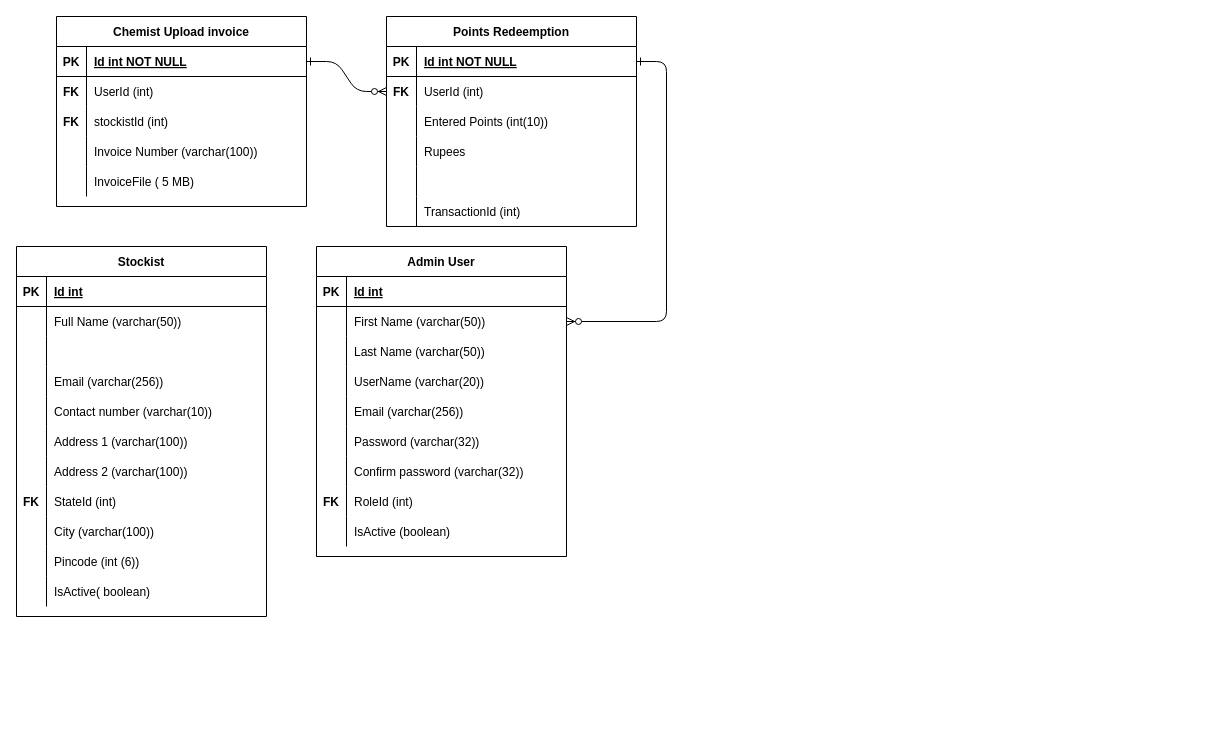
This is ProfitorERD.drawio from NirikshaSoni/TestProject, a draw.io file, before an edit. Source tidied: cells renumbered, new cells numbered last; positions are measured from the earlier drawing's top-left corner, leaving out a move shared by most shapes. Both pictures are drawn from the tidied source at 100%, with x=0, y=0 at pixel (16, 16).
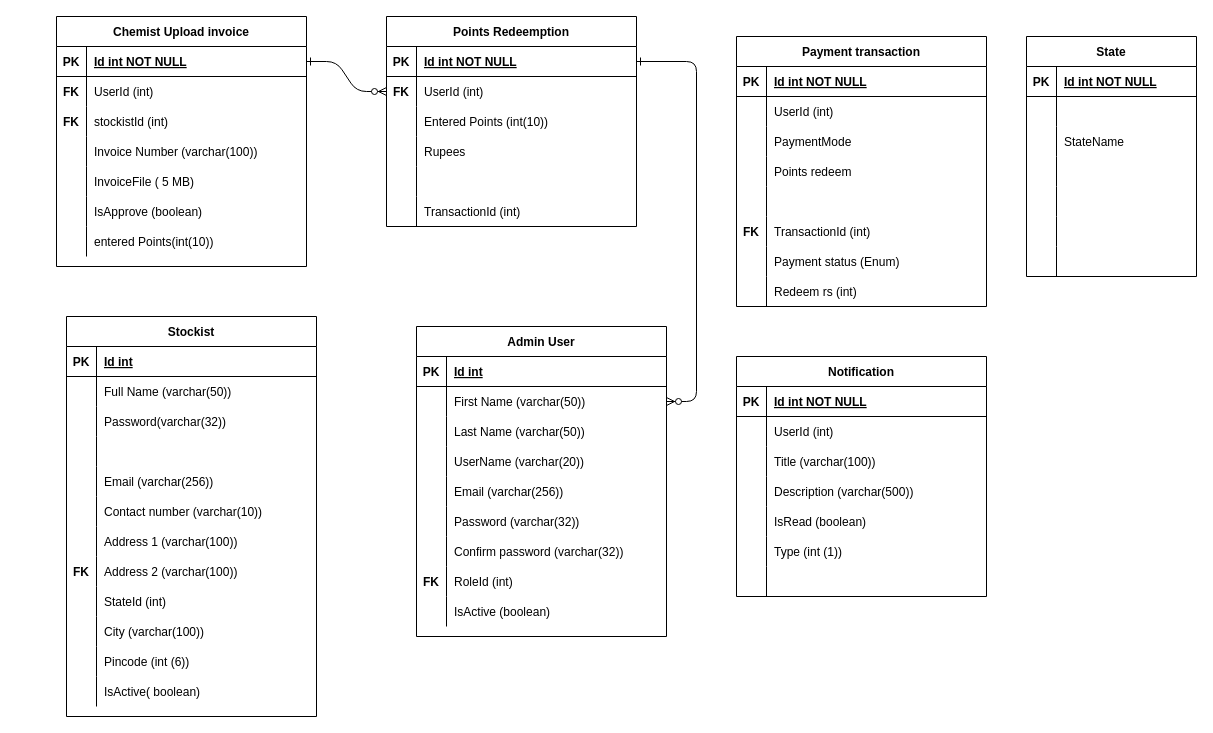
The same page after the edit.

The edit, as a diff of the source:
```diff
@@
     <mxCell id="23" value="Admin User" style="shape=table;startSize=30;childLayout=tableLayout;rowLines=0;fontStyle=1;align=center;" parent="1" vertex="1">
-      <mxGeometry x="300" y="230" width="250" height="310" as="geometry" />
+      <mxGeometry x="400" y="310" width="250" height="310" as="geometry" />
     </mxCell>
@@
     <mxCell id="51" value="Chemist Upload invoice" style="shape=table;startSize=30;childLayout=tableLayout;rowLines=0;fontStyle=1;align=center;" parent="1" vertex="1">
-      <mxGeometry x="40" width="250" height="190" as="geometry" />
+      <mxGeometry x="40" width="250" height="250" as="geometry" />
     </mxCell>
@@
+    <mxCell id="106" style="shape=partialRectangle;fillColor=none;top=0;left=0;right=0;bottom=0;" parent="51" vertex="1">
+      <mxGeometry y="180" width="250" height="30" as="geometry" />
+    </mxCell>
+    <mxCell id="107" style="shape=partialRectangle;overflow=hidden;fillColor=none;top=0;left=0;bottom=0;right=0;" parent="106" vertex="1">
+      <mxGeometry width="30" height="30" as="geometry" />
+    </mxCell>
+    <mxCell id="108" value="IsApprove (boolean)" style="shape=partialRectangle;overflow=hidden;fillColor=none;top=0;left=0;bottom=0;right=0;align=left;spacingLeft=6;" parent="106" vertex="1">
+      <mxGeometry x="30" width="220" height="30" as="geometry" />
+    </mxCell>
+    <mxCell id="109" style="shape=partialRectangle;fillColor=none;top=0;left=0;right=0;bottom=0;" parent="51" vertex="1">
+      <mxGeometry y="210" width="250" height="30" as="geometry" />
+    </mxCell>
+    <mxCell id="110" style="shape=partialRectangle;overflow=hidden;fillColor=none;top=0;left=0;bottom=0;right=0;" parent="109" vertex="1">
+      <mxGeometry width="30" height="30" as="geometry" />
+    </mxCell>
+    <mxCell id="111" value="entered Points(int(10))" style="shape=partialRectangle;overflow=hidden;fillColor=none;top=0;left=0;bottom=0;right=0;align=left;spacingLeft=6;" parent="109" vertex="1">
+      <mxGeometry x="30" width="220" height="30" as="geometry" />
+    </mxCell>
@@
     <mxCell id="70" value="FK" style="shape=partialRectangle;overflow=hidden;fillColor=none;top=0;left=0;bottom=0;right=0;fontStyle=1;" parent="1" vertex="1">
-      <mxGeometry x="300" y="470" width="30" height="30" as="geometry" />
+      <mxGeometry x="400" y="550" width="30" height="30" as="geometry" />
     </mxCell>
     <mxCell id="71" value="Stockist" style="shape=table;startSize=30;childLayout=tableLayout;rowLines=0;fontStyle=1;align=center;" parent="1" vertex="1">
-      <mxGeometry y="230" width="250" height="370" as="geometry" />
+      <mxGeometry x="50" y="300" width="250" height="400" as="geometry" />
     </mxCell>
@@
+    <mxCell id="112" style="shape=partialRectangle;fillColor=none;top=0;left=0;right=0;bottom=0;" parent="71" vertex="1">
+      <mxGeometry y="90" width="250" height="30" as="geometry" />
+    </mxCell>
+    <mxCell id="113" style="shape=partialRectangle;overflow=hidden;fillColor=none;top=0;left=0;bottom=0;right=0;" parent="112" vertex="1">
+      <mxGeometry width="30" height="30" as="geometry" />
+    </mxCell>
+    <mxCell id="114" value="Password(varchar(32))" style="shape=partialRectangle;overflow=hidden;fillColor=none;top=0;left=0;bottom=0;right=0;align=left;spacingLeft=6;" parent="112" vertex="1">
+      <mxGeometry x="30" width="220" height="30" as="geometry" />
+    </mxCell>
     <mxCell id="78" style="shape=partialRectangle;fillColor=none;top=0;left=0;right=0;bottom=0;" parent="71" vertex="1">
-      <mxGeometry y="90" width="250" height="30" as="geometry" />
+      <mxGeometry y="120" width="250" height="30" as="geometry" />
     </mxCell>
@@
     <mxCell id="81" style="shape=partialRectangle;fillColor=none;top=0;left=0;right=0;bottom=0;" parent="71" vertex="1">
-      <mxGeometry y="120" width="250" height="30" as="geometry" />
+      <mxGeometry y="150" width="250" height="30" as="geometry" />
     </mxCell>
@@
     <mxCell id="84" style="shape=partialRectangle;fillColor=none;top=0;left=0;right=0;bottom=0;" parent="71" vertex="1">
-      <mxGeometry y="150" width="250" height="30" as="geometry" />
+      <mxGeometry y="180" width="250" height="30" as="geometry" />
     </mxCell>
@@
     <mxCell id="87" style="shape=partialRectangle;fillColor=none;top=0;left=0;right=0;bottom=0;" parent="71" vertex="1">
-      <mxGeometry y="180" width="250" height="30" as="geometry" />
+      <mxGeometry y="210" width="250" height="30" as="geometry" />
     </mxCell>
@@
     <mxCell id="90" style="shape=partialRectangle;fillColor=none;top=0;left=0;right=0;bottom=0;" parent="71" vertex="1">
-      <mxGeometry y="210" width="250" height="30" as="geometry" />
+      <mxGeometry y="240" width="250" height="30" as="geometry" />
     </mxCell>
@@
     <mxCell id="93" style="shape=partialRectangle;fillColor=none;top=0;left=0;right=0;bottom=0;" parent="71" vertex="1">
-      <mxGeometry y="240" width="250" height="30" as="geometry" />
+      <mxGeometry y="270" width="250" height="30" as="geometry" />
     </mxCell>
@@
     <mxCell id="96" style="shape=partialRectangle;fillColor=none;top=0;left=0;right=0;bottom=0;" parent="71" vertex="1">
-      <mxGeometry y="270" width="250" height="30" as="geometry" />
+      <mxGeometry y="300" width="250" height="30" as="geometry" />
     </mxCell>
@@
     <mxCell id="99" style="shape=partialRectangle;fillColor=none;top=0;left=0;right=0;bottom=0;" parent="71" vertex="1">
-      <mxGeometry y="300" width="250" height="30" as="geometry" />
+      <mxGeometry y="330" width="250" height="30" as="geometry" />
     </mxCell>
@@
     <mxCell id="102" style="shape=partialRectangle;fillColor=none;top=0;left=0;right=0;bottom=0;" parent="71" vertex="1">
-      <mxGeometry y="330" width="250" height="30" as="geometry" />
+      <mxGeometry y="360" width="250" height="30" as="geometry" />
     </mxCell>
@@
     <mxCell id="105" value="FK" style="shape=partialRectangle;overflow=hidden;fillColor=none;top=0;left=0;bottom=0;right=0;fontStyle=1;" parent="1" vertex="1">
-      <mxGeometry y="470" width="30" height="30" as="geometry" />
+      <mxGeometry x="50" y="540" width="30" height="30" as="geometry" />
     </mxCell>
+    <mxCell id="115" value="Payment transaction" style="shape=table;startSize=30;childLayout=tableLayout;rowLines=0;fontStyle=1;align=center;" parent="1" vertex="1">
+      <mxGeometry x="720" y="20" width="250" height="270" as="geometry" />
+    </mxCell>
+    <mxCell id="116" style="shape=partialRectangle;fillColor=none;top=0;left=0;right=0;bottom=1;" parent="115" vertex="1">
+      <mxGeometry y="30" width="250" height="30" as="geometry" />
+    </mxCell>
+    <mxCell id="117" value="PK" style="shape=partialRectangle;overflow=hidden;fillColor=none;top=0;left=0;bottom=0;right=0;fontStyle=1;" parent="116" vertex="1">
+      <mxGeometry width="30" height="30" as="geometry" />
+    </mxCell>
+    <mxCell id="118" value="Id int NOT NULL " style="shape=partialRectangle;overflow=hidden;fillColor=none;top=0;left=0;bottom=0;right=0;align=left;spacingLeft=6;fontStyle=5;" parent="116" vertex="1">
+      <mxGeometry x="30" width="220" height="30" as="geometry" />
+    </mxCell>
+    <mxCell id="119" style="shape=partialRectangle;fillColor=none;top=0;left=0;right=0;bottom=0;" parent="115" vertex="1">
+      <mxGeometry y="60" width="250" height="30" as="geometry" />
+    </mxCell>
+    <mxCell id="120" style="shape=partialRectangle;overflow=hidden;fillColor=none;top=0;left=0;bottom=0;right=0;" parent="119" vertex="1">
+      <mxGeometry width="30" height="30" as="geometry" />
+    </mxCell>
+    <mxCell id="121" value="UserId (int)" style="shape=partialRectangle;overflow=hidden;fillColor=none;top=0;left=0;bottom=0;right=0;align=left;spacingLeft=6;" parent="119" vertex="1">
+      <mxGeometry x="30" width="220" height="30" as="geometry" />
+    </mxCell>
+    <mxCell id="122" style="shape=partialRectangle;fillColor=none;top=0;left=0;right=0;bottom=0;" parent="115" vertex="1">
+      <mxGeometry y="90" width="250" height="30" as="geometry" />
+    </mxCell>
+    <mxCell id="123" style="shape=partialRectangle;overflow=hidden;fillColor=none;top=0;left=0;bottom=0;right=0;" parent="122" vertex="1">
+      <mxGeometry width="30" height="30" as="geometry" />
+    </mxCell>
+    <mxCell id="124" value="PaymentMode " style="shape=partialRectangle;overflow=hidden;fillColor=none;top=0;left=0;bottom=0;right=0;align=left;spacingLeft=6;" parent="122" vertex="1">
+      <mxGeometry x="30" width="220" height="30" as="geometry" />
+    </mxCell>
+    <mxCell id="125" style="shape=partialRectangle;fillColor=none;top=0;left=0;right=0;bottom=0;" parent="115" vertex="1">
+      <mxGeometry y="120" width="250" height="30" as="geometry" />
+    </mxCell>
+    <mxCell id="126" style="shape=partialRectangle;overflow=hidden;fillColor=none;top=0;left=0;bottom=0;right=0;" parent="125" vertex="1">
+      <mxGeometry width="30" height="30" as="geometry" />
+    </mxCell>
+    <mxCell id="127" value="Points redeem" style="shape=partialRectangle;overflow=hidden;fillColor=none;top=0;left=0;bottom=0;right=0;align=left;spacingLeft=6;" parent="125" vertex="1">
+      <mxGeometry x="30" width="220" height="30" as="geometry" />
+    </mxCell>
+    <mxCell id="128" style="shape=partialRectangle;fillColor=none;top=0;left=0;right=0;bottom=0;" parent="115" vertex="1">
+      <mxGeometry y="150" width="250" height="30" as="geometry" />
+    </mxCell>
+    <mxCell id="129" style="shape=partialRectangle;overflow=hidden;fillColor=none;top=0;left=0;bottom=0;right=0;" parent="128" vertex="1">
+      <mxGeometry width="30" height="30" as="geometry" />
+    </mxCell>
+    <mxCell id="130" style="shape=partialRectangle;overflow=hidden;fillColor=none;top=0;left=0;bottom=0;right=0;align=left;spacingLeft=6;" parent="128" vertex="1">
+      <mxGeometry x="30" width="220" height="30" as="geometry" />
+    </mxCell>
+    <mxCell id="131" style="shape=partialRectangle;fillColor=none;top=0;left=0;right=0;bottom=0;" parent="115" vertex="1">
+      <mxGeometry y="180" width="250" height="30" as="geometry" />
+    </mxCell>
+    <mxCell id="132" style="shape=partialRectangle;overflow=hidden;fillColor=none;top=0;left=0;bottom=0;right=0;" parent="131" vertex="1">
+      <mxGeometry width="30" height="30" as="geometry" />
+    </mxCell>
+    <mxCell id="133" value="TransactionId (int)" style="shape=partialRectangle;overflow=hidden;fillColor=none;top=0;left=0;bottom=0;right=0;align=left;spacingLeft=6;" parent="131" vertex="1">
+      <mxGeometry x="30" width="220" height="30" as="geometry" />
+    </mxCell>
+    <mxCell id="134" style="shape=partialRectangle;fillColor=none;top=0;left=0;right=0;bottom=0;" parent="115" vertex="1">
+      <mxGeometry y="210" width="250" height="30" as="geometry" />
+    </mxCell>
+    <mxCell id="135" style="shape=partialRectangle;overflow=hidden;fillColor=none;top=0;left=0;bottom=0;right=0;" parent="134" vertex="1">
+      <mxGeometry width="30" height="30" as="geometry" />
+    </mxCell>
+    <mxCell id="136" value="Payment status (Enum)" style="shape=partialRectangle;overflow=hidden;fillColor=none;top=0;left=0;bottom=0;right=0;align=left;spacingLeft=6;" parent="134" vertex="1">
+      <mxGeometry x="30" width="220" height="30" as="geometry" />
+    </mxCell>
+    <mxCell id="137" style="shape=partialRectangle;fillColor=none;top=0;left=0;right=0;bottom=0;" parent="115" vertex="1">
+      <mxGeometry y="240" width="250" height="30" as="geometry" />
+    </mxCell>
+    <mxCell id="138" style="shape=partialRectangle;overflow=hidden;fillColor=none;top=0;left=0;bottom=0;right=0;" parent="137" vertex="1">
+      <mxGeometry width="30" height="30" as="geometry" />
+    </mxCell>
+    <mxCell id="139" value="Redeem rs (int)" style="shape=partialRectangle;overflow=hidden;fillColor=none;top=0;left=0;bottom=0;right=0;align=left;spacingLeft=6;" parent="137" vertex="1">
+      <mxGeometry x="30" width="220" height="30" as="geometry" />
+    </mxCell>
+    <mxCell id="140" value="FK" style="shape=partialRectangle;overflow=hidden;fillColor=none;top=0;left=0;bottom=0;right=0;fontStyle=1;" parent="1" vertex="1">
+      <mxGeometry x="720" y="200" width="30" height="30" as="geometry" />
+    </mxCell>
+    <mxCell id="141" value="Notification" style="shape=table;startSize=30;childLayout=tableLayout;rowLines=0;fontStyle=1;align=center;" parent="1" vertex="1">
+      <mxGeometry x="720" y="340" width="250" height="240" as="geometry" />
+    </mxCell>
+    <mxCell id="142" style="shape=partialRectangle;fillColor=none;top=0;left=0;right=0;bottom=1;" parent="141" vertex="1">
+      <mxGeometry y="30" width="250" height="30" as="geometry" />
+    </mxCell>
+    <mxCell id="143" value="PK" style="shape=partialRectangle;overflow=hidden;fillColor=none;top=0;left=0;bottom=0;right=0;fontStyle=1;" parent="142" vertex="1">
+      <mxGeometry width="30" height="30" as="geometry" />
+    </mxCell>
+    <mxCell id="144" value="Id int NOT NULL " style="shape=partialRectangle;overflow=hidden;fillColor=none;top=0;left=0;bottom=0;right=0;align=left;spacingLeft=6;fontStyle=5;" parent="142" vertex="1">
+      <mxGeometry x="30" width="220" height="30" as="geometry" />
+    </mxCell>
+    <mxCell id="145" style="shape=partialRectangle;fillColor=none;top=0;left=0;right=0;bottom=0;" parent="141" vertex="1">
+      <mxGeometry y="60" width="250" height="30" as="geometry" />
+    </mxCell>
+    <mxCell id="146" style="shape=partialRectangle;overflow=hidden;fillColor=none;top=0;left=0;bottom=0;right=0;" parent="145" vertex="1">
+      <mxGeometry width="30" height="30" as="geometry" />
+    </mxCell>
+    <mxCell id="147" value="UserId (int)" style="shape=partialRectangle;overflow=hidden;fillColor=none;top=0;left=0;bottom=0;right=0;align=left;spacingLeft=6;" parent="145" vertex="1">
+      <mxGeometry x="30" width="220" height="30" as="geometry" />
+    </mxCell>
+    <mxCell id="148" style="shape=partialRectangle;fillColor=none;top=0;left=0;right=0;bottom=0;" parent="141" vertex="1">
+      <mxGeometry y="90" width="250" height="30" as="geometry" />
+    </mxCell>
+    <mxCell id="149" style="shape=partialRectangle;overflow=hidden;fillColor=none;top=0;left=0;bottom=0;right=0;" parent="148" vertex="1">
+      <mxGeometry width="30" height="30" as="geometry" />
+    </mxCell>
+    <mxCell id="150" value="Title (varchar(100))" style="shape=partialRectangle;overflow=hidden;fillColor=none;top=0;left=0;bottom=0;right=0;align=left;spacingLeft=6;" parent="148" vertex="1">
+      <mxGeometry x="30" width="220" height="30" as="geometry" />
+    </mxCell>
+    <mxCell id="151" style="shape=partialRectangle;fillColor=none;top=0;left=0;right=0;bottom=0;" parent="141" vertex="1">
+      <mxGeometry y="120" width="250" height="30" as="geometry" />
+    </mxCell>
+    <mxCell id="152" style="shape=partialRectangle;overflow=hidden;fillColor=none;top=0;left=0;bottom=0;right=0;" parent="151" vertex="1">
+      <mxGeometry width="30" height="30" as="geometry" />
+    </mxCell>
+    <mxCell id="153" value="Description (varchar(500))" style="shape=partialRectangle;overflow=hidden;fillColor=none;top=0;left=0;bottom=0;right=0;align=left;spacingLeft=6;" parent="151" vertex="1">
+      <mxGeometry x="30" width="220" height="30" as="geometry" />
+    </mxCell>
+    <mxCell id="154" style="shape=partialRectangle;fillColor=none;top=0;left=0;right=0;bottom=0;" parent="141" vertex="1">
+      <mxGeometry y="150" width="250" height="30" as="geometry" />
+    </mxCell>
+    <mxCell id="155" style="shape=partialRectangle;overflow=hidden;fillColor=none;top=0;left=0;bottom=0;right=0;" parent="154" vertex="1">
+      <mxGeometry width="30" height="30" as="geometry" />
+    </mxCell>
+    <mxCell id="156" value="IsRead (boolean)" style="shape=partialRectangle;overflow=hidden;fillColor=none;top=0;left=0;bottom=0;right=0;align=left;spacingLeft=6;" parent="154" vertex="1">
+      <mxGeometry x="30" width="220" height="30" as="geometry" />
+    </mxCell>
+    <mxCell id="157" style="shape=partialRectangle;fillColor=none;top=0;left=0;right=0;bottom=0;" parent="141" vertex="1">
+      <mxGeometry y="180" width="250" height="30" as="geometry" />
+    </mxCell>
+    <mxCell id="158" style="shape=partialRectangle;overflow=hidden;fillColor=none;top=0;left=0;bottom=0;right=0;" parent="157" vertex="1">
+      <mxGeometry width="30" height="30" as="geometry" />
+    </mxCell>
+    <mxCell id="159" value="Type (int (1))" style="shape=partialRectangle;overflow=hidden;fillColor=none;top=0;left=0;bottom=0;right=0;align=left;spacingLeft=6;" parent="157" vertex="1">
+      <mxGeometry x="30" width="220" height="30" as="geometry" />
+    </mxCell>
+    <mxCell id="160" style="shape=partialRectangle;fillColor=none;top=0;left=0;right=0;bottom=0;" parent="141" vertex="1">
+      <mxGeometry y="210" width="250" height="30" as="geometry" />
+    </mxCell>
+    <mxCell id="161" style="shape=partialRectangle;overflow=hidden;fillColor=none;top=0;left=0;bottom=0;right=0;" parent="160" vertex="1">
+      <mxGeometry width="30" height="30" as="geometry" />
+    </mxCell>
+    <mxCell id="162" style="shape=partialRectangle;overflow=hidden;fillColor=none;top=0;left=0;bottom=0;right=0;align=left;spacingLeft=6;" parent="160" vertex="1">
+      <mxGeometry x="30" width="220" height="30" as="geometry" />
+    </mxCell>
+    <mxCell id="163" value="State" style="shape=table;startSize=30;childLayout=tableLayout;rowLines=0;fontStyle=1;align=center;" parent="1" vertex="1">
+      <mxGeometry x="1010" y="20" width="170" height="240" as="geometry" />
+    </mxCell>
+    <mxCell id="164" style="shape=partialRectangle;fillColor=none;top=0;left=0;right=0;bottom=1;" parent="163" vertex="1">
+      <mxGeometry y="30" width="170" height="30" as="geometry" />
+    </mxCell>
+    <mxCell id="165" value="PK" style="shape=partialRectangle;overflow=hidden;fillColor=none;top=0;left=0;bottom=0;right=0;fontStyle=1;" parent="164" vertex="1">
+      <mxGeometry width="30" height="30" as="geometry" />
+    </mxCell>
+    <mxCell id="166" value="Id int NOT NULL " style="shape=partialRectangle;overflow=hidden;fillColor=none;top=0;left=0;bottom=0;right=0;align=left;spacingLeft=6;fontStyle=5;" parent="164" vertex="1">
+      <mxGeometry x="30" width="140" height="30" as="geometry" />
+    </mxCell>
+    <mxCell id="167" style="shape=partialRectangle;fillColor=none;top=0;left=0;right=0;bottom=0;" parent="163" vertex="1">
+      <mxGeometry y="60" width="170" height="30" as="geometry" />
+    </mxCell>
+    <mxCell id="168" style="shape=partialRectangle;overflow=hidden;fillColor=none;top=0;left=0;bottom=0;right=0;" parent="167" vertex="1">
+      <mxGeometry width="30" height="30" as="geometry" />
+    </mxCell>
+    <mxCell id="169" style="shape=partialRectangle;overflow=hidden;fillColor=none;top=0;left=0;bottom=0;right=0;align=left;spacingLeft=6;" parent="167" vertex="1">
+      <mxGeometry x="30" width="140" height="30" as="geometry" />
+    </mxCell>
+    <mxCell id="170" style="shape=partialRectangle;fillColor=none;top=0;left=0;right=0;bottom=0;" parent="163" vertex="1">
+      <mxGeometry y="90" width="170" height="30" as="geometry" />
+    </mxCell>
+    <mxCell id="171" style="shape=partialRectangle;overflow=hidden;fillColor=none;top=0;left=0;bottom=0;right=0;" parent="170" vertex="1">
+      <mxGeometry width="30" height="30" as="geometry" />
+    </mxCell>
+    <mxCell id="172" value="StateName" style="shape=partialRectangle;overflow=hidden;fillColor=none;top=0;left=0;bottom=0;right=0;align=left;spacingLeft=6;" parent="170" vertex="1">
+      <mxGeometry x="30" width="140" height="30" as="geometry" />
+    </mxCell>
+    <mxCell id="173" style="shape=partialRectangle;fillColor=none;top=0;left=0;right=0;bottom=0;" parent="163" vertex="1">
+      <mxGeometry y="120" width="170" height="30" as="geometry" />
+    </mxCell>
+    <mxCell id="174" style="shape=partialRectangle;overflow=hidden;fillColor=none;top=0;left=0;bottom=0;right=0;" parent="173" vertex="1">
+      <mxGeometry width="30" height="30" as="geometry" />
+    </mxCell>
+    <mxCell id="175" style="shape=partialRectangle;overflow=hidden;fillColor=none;top=0;left=0;bottom=0;right=0;align=left;spacingLeft=6;" parent="173" vertex="1">
+      <mxGeometry x="30" width="140" height="30" as="geometry" />
+    </mxCell>
+    <mxCell id="176" style="shape=partialRectangle;fillColor=none;top=0;left=0;right=0;bottom=0;" parent="163" vertex="1">
+      <mxGeometry y="150" width="170" height="30" as="geometry" />
+    </mxCell>
+    <mxCell id="177" style="shape=partialRectangle;overflow=hidden;fillColor=none;top=0;left=0;bottom=0;right=0;" parent="176" vertex="1">
+      <mxGeometry width="30" height="30" as="geometry" />
+    </mxCell>
+    <mxCell id="178" style="shape=partialRectangle;overflow=hidden;fillColor=none;top=0;left=0;bottom=0;right=0;align=left;spacingLeft=6;" parent="176" vertex="1">
+      <mxGeometry x="30" width="140" height="30" as="geometry" />
+    </mxCell>
+    <mxCell id="179" style="shape=partialRectangle;fillColor=none;top=0;left=0;right=0;bottom=0;" parent="163" vertex="1">
+      <mxGeometry y="180" width="170" height="30" as="geometry" />
+    </mxCell>
+    <mxCell id="180" style="shape=partialRectangle;overflow=hidden;fillColor=none;top=0;left=0;bottom=0;right=0;" parent="179" vertex="1">
+      <mxGeometry width="30" height="30" as="geometry" />
+    </mxCell>
+    <mxCell id="181" style="shape=partialRectangle;overflow=hidden;fillColor=none;top=0;left=0;bottom=0;right=0;align=left;spacingLeft=6;" parent="179" vertex="1">
+      <mxGeometry x="30" width="140" height="30" as="geometry" />
+    </mxCell>
+    <mxCell id="182" style="shape=partialRectangle;fillColor=none;top=0;left=0;right=0;bottom=0;" parent="163" vertex="1">
+      <mxGeometry y="210" width="170" height="30" as="geometry" />
+    </mxCell>
+    <mxCell id="183" style="shape=partialRectangle;overflow=hidden;fillColor=none;top=0;left=0;bottom=0;right=0;" parent="182" vertex="1">
+      <mxGeometry width="30" height="30" as="geometry" />
+    </mxCell>
+    <mxCell id="184" style="shape=partialRectangle;overflow=hidden;fillColor=none;top=0;left=0;bottom=0;right=0;align=left;spacingLeft=6;" parent="182" vertex="1">
+      <mxGeometry x="30" width="140" height="30" as="geometry" />
+    </mxCell>
```
